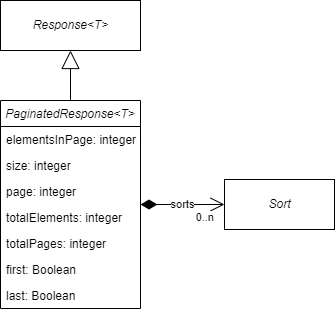
The draw.io diagram .gitbook/assets/model_pagination_response.drawio.png in Bernardo-MG/development-docs-architecture, before a commit. Source tidied: cells renumbered, new cells last; positions are measured from the earlier drawing's top-left corner, leaving out a move shared by most shapes.
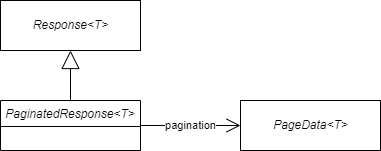
The same file after the commit.

Change to the diagram source:
```diff
@@ -3,45 +3,19 @@
     <mxCell id="0" />
     <mxCell id="1" parent="0" />
     <mxCell id="2" value="PaginatedResponse&lt;T&gt;" style="swimlane;fontStyle=2;horizontal=1;startSize=26;fillColor=none;" parent="1" vertex="1">
-      <mxGeometry y="100" width="140" height="208" as="geometry" />
+      <mxGeometry y="100" width="140" height="50" as="geometry" />
     </mxCell>
-    <mxCell id="3" value="elementsInPage: integer" style="text;strokeColor=none;fillColor=none;align=left;verticalAlign=top;spacingLeft=4;spacingRight=4;overflow=hidden;" parent="2" vertex="1">
-      <mxGeometry y="26" width="140" height="26" as="geometry" />
-    </mxCell>
-    <mxCell id="4" value="size: integer" style="text;strokeColor=none;fillColor=none;align=left;verticalAlign=top;spacingLeft=4;spacingRight=4;overflow=hidden;" parent="2" vertex="1">
-      <mxGeometry y="52" width="140" height="26" as="geometry" />
-    </mxCell>
-    <mxCell id="5" value="page: integer" style="text;strokeColor=none;fillColor=none;align=left;verticalAlign=top;spacingLeft=4;spacingRight=4;overflow=hidden;" parent="2" vertex="1">
-      <mxGeometry y="78" width="140" height="26" as="geometry" />
-    </mxCell>
-    <mxCell id="6" value="totalElements: integer" style="text;strokeColor=none;fillColor=none;align=left;verticalAlign=top;spacingLeft=4;spacingRight=4;overflow=hidden;" parent="2" vertex="1">
-      <mxGeometry y="104" width="140" height="26" as="geometry" />
-    </mxCell>
-    <mxCell id="7" value="totalPages: integer" style="text;strokeColor=none;fillColor=none;align=left;verticalAlign=top;spacingLeft=4;spacingRight=4;overflow=hidden;" parent="2" vertex="1">
-      <mxGeometry y="130" width="140" height="26" as="geometry" />
-    </mxCell>
-    <mxCell id="8" value="first: Boolean" style="text;strokeColor=none;fillColor=none;align=left;verticalAlign=top;spacingLeft=4;spacingRight=4;overflow=hidden;" parent="2" vertex="1">
-      <mxGeometry y="156" width="140" height="26" as="geometry" />
-    </mxCell>
-    <mxCell id="9" value="last: Boolean" style="text;strokeColor=none;fillColor=none;align=left;verticalAlign=top;spacingLeft=4;spacingRight=4;overflow=hidden;" parent="2" vertex="1">
-      <mxGeometry y="182" width="140" height="26" as="geometry" />
-    </mxCell>
     <mxCell id="10" style="endArrow=block;endSize=16;endFill=0;html=1;rounded=0;exitX=0.5;exitY=0;exitDx=0;exitDy=0;entryX=0.5;entryY=1;entryDx=0;entryDy=0;" parent="1" edge="1" source="2" target="14">
       <mxGeometry relative="1" as="geometry" />
     </mxCell>
-    <mxCell id="11" value="&lt;i&gt;Sort&lt;/i&gt;" style="html=1;" parent="1" vertex="1">
-      <mxGeometry x="224" y="179" width="110" height="50" as="geometry" />
-    </mxCell>
-    <mxCell id="12" value="sorts" style="endArrow=open;html=1;endSize=12;startArrow=diamondThin;startSize=14;startFill=1;edgeStyle=orthogonalEdgeStyle;rounded=0;exitX=1;exitY=0.5;exitDx=0;exitDy=0;entryX=0;entryY=0.5;entryDx=0;entryDy=0;" parent="1" edge="1" source="2" target="11">
-      <mxGeometry relative="1" as="geometry" />
-    </mxCell>
-    <mxCell id="13" value="0..n" style="edgeLabel;html=1;align=right;verticalAlign=top;" parent="12" vertex="1">
-      <mxGeometry x="1" relative="1" as="geometry">
-        <mxPoint x="-10" as="offset" />
-      </mxGeometry>
-    </mxCell>
     <mxCell id="14" value="&lt;i&gt;Response&amp;lt;T&amp;gt;&lt;/i&gt;" style="html=1;" parent="1" vertex="1">
       <mxGeometry width="140" height="50" as="geometry" />
     </mxCell>
+    <mxCell id="15" value="&lt;i&gt;PageData&amp;lt;T&amp;gt;&lt;/i&gt;" style="html=1;" parent="1" vertex="1">
+      <mxGeometry x="240" y="100" width="140" height="50" as="geometry" />
+    </mxCell>
+    <mxCell id="16" value="pagination" style="endArrow=open;endFill=1;endSize=12;html=1;rounded=0;exitX=1;exitY=0.5;exitDx=0;exitDy=0;entryX=0;entryY=0.5;entryDx=0;entryDy=0;edgeStyle=orthogonalEdgeStyle;" parent="1" edge="1" source="2" target="15">
+      <mxGeometry relative="1" as="geometry" />
+    </mxCell>
   </root>
 </mxGraphModel>
```
